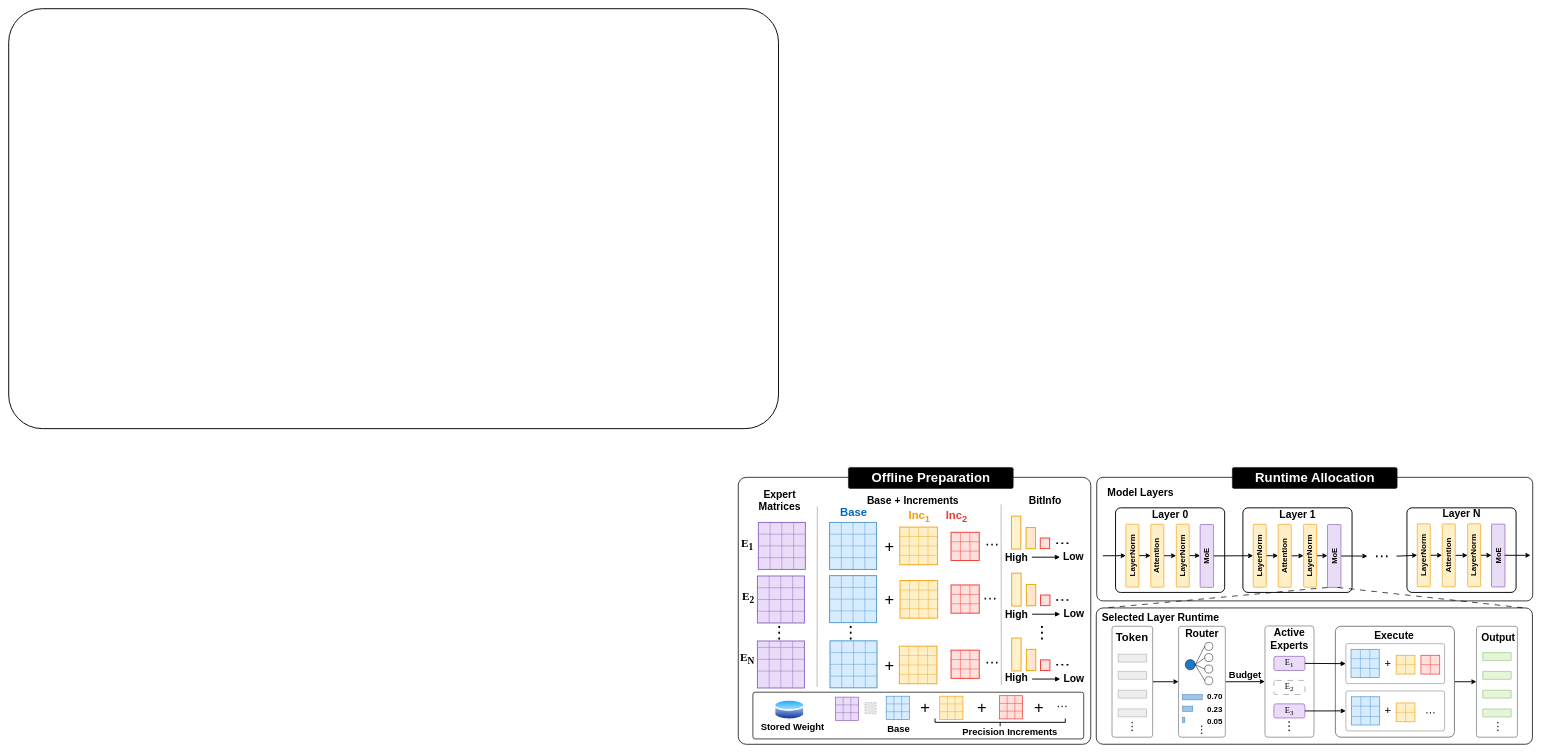
This is bitgate_overview_editable.drawio from mm0318/draw, a draw.io file, before an edit. Source tidied: cells renumbered, new cells numbered last; positions are measured from the earlier drawing's top-left corner, leaving out a move shared by most shapes. Both pictures are drawn from the tidied source at 47%, with x=0, y=0 at pixel (8, 8). Pictures stored in the file or linked from it are replaced by grey dashed boxes.
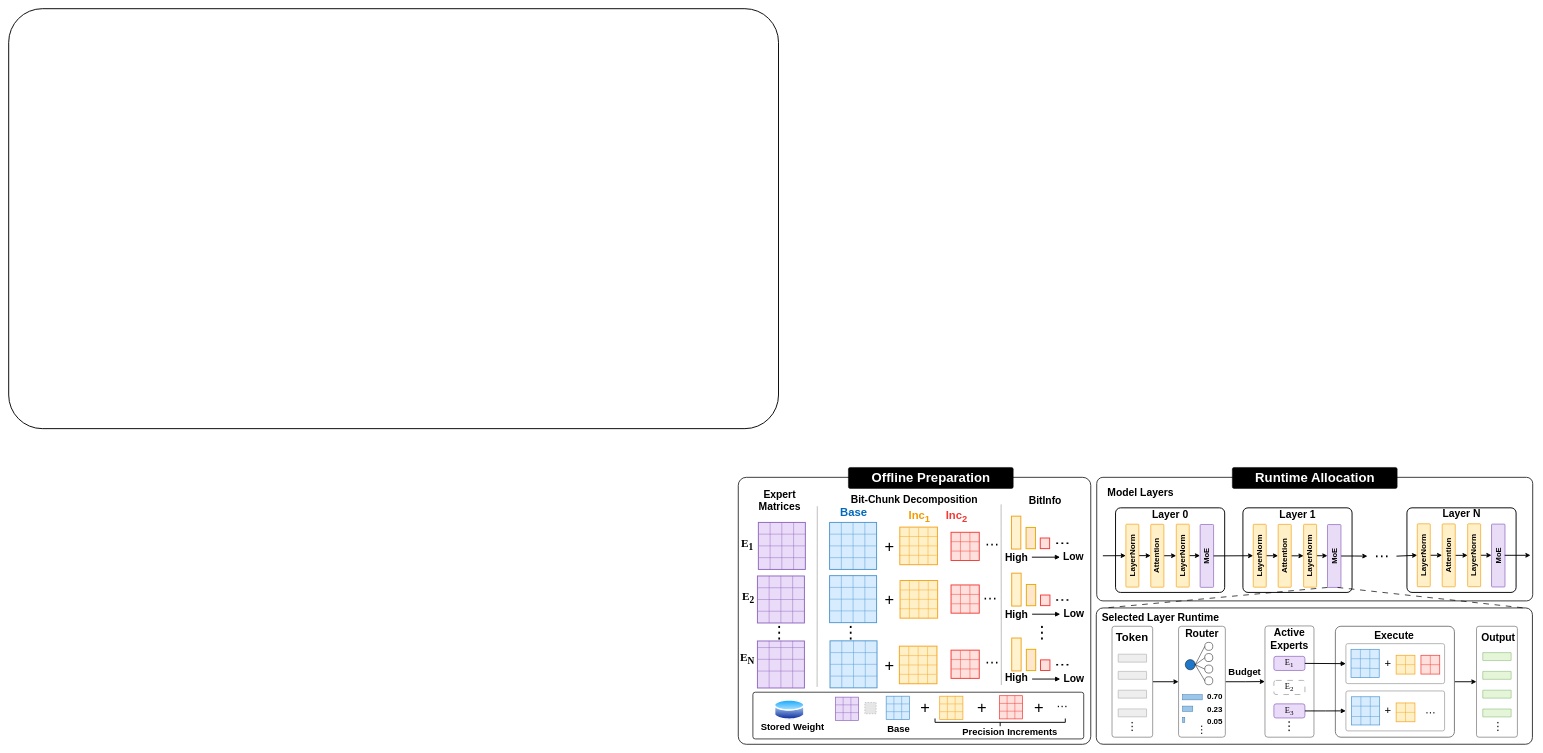
After the change.

Diff of the diagram source:
```diff
@@
-    <mxCell id="12" value="&lt;font style=&quot;font-size: 22px;&quot;&gt;Base + Increments&lt;/font&gt;" style="text;html=1;strokeColor=none;fillColor=none;align=center;verticalAlign=middle;whiteSpace=wrap;rounded=0;fontFamily=Helvetica;fontSize=20;fontColor=#000000;fontStyle=1;" parent="1" vertex="1">
-      <mxGeometry x="1813.8" y="1018.1" width="220" height="57" as="geometry" />
+    <mxCell id="12" value="&lt;font style=&quot;font-size: 22px;&quot;&gt;Bit-Chunk Decomposition&lt;/font&gt;" style="text;html=1;strokeColor=none;fillColor=none;align=center;verticalAlign=middle;whiteSpace=wrap;rounded=0;fontFamily=Helvetica;fontSize=20;fontColor=#000000;fontStyle=1;" parent="1" vertex="1">
+      <mxGeometry x="1784.2" y="1017.1" width="286.2" height="57" as="geometry" />
     </mxCell>
@@
     <mxCell id="81" value="&lt;b&gt;&lt;font style=&quot;font-size: 20px;&quot;&gt;Budget&lt;/font&gt;&lt;/b&gt;" style="text;html=1;strokeColor=none;fillColor=none;align=center;verticalAlign=middle;whiteSpace=wrap;rounded=0;fontFamily=Helvetica;fontSize=18;fontColor=#000000;" parent="1" vertex="1">
-      <mxGeometry x="2592.9" y="1403.3" width="75.8" height="28.5" as="geometry" />
+      <mxGeometry x="2591.9" y="1396.3" width="75.8" height="28.5" as="geometry" />
     </mxCell>
```
